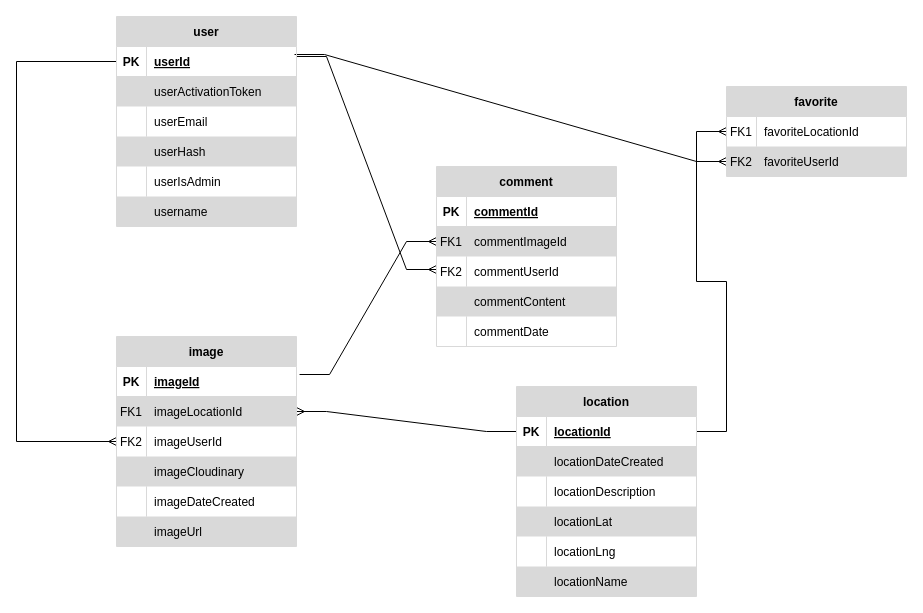
The draw.io diagram erd-model/Wildlife_ERD.drawio in Least-Valuable-Painters/ABQ-Wildlife, before the edit. Source tidied: cells renumbered, new cells numbered last; positions are measured from the earlier drawing's top-left corner, leaving out a move shared by most shapes. Both pictures are drawn from the tidied source at 100%, with x=0, y=0 at pixel (16, 16).
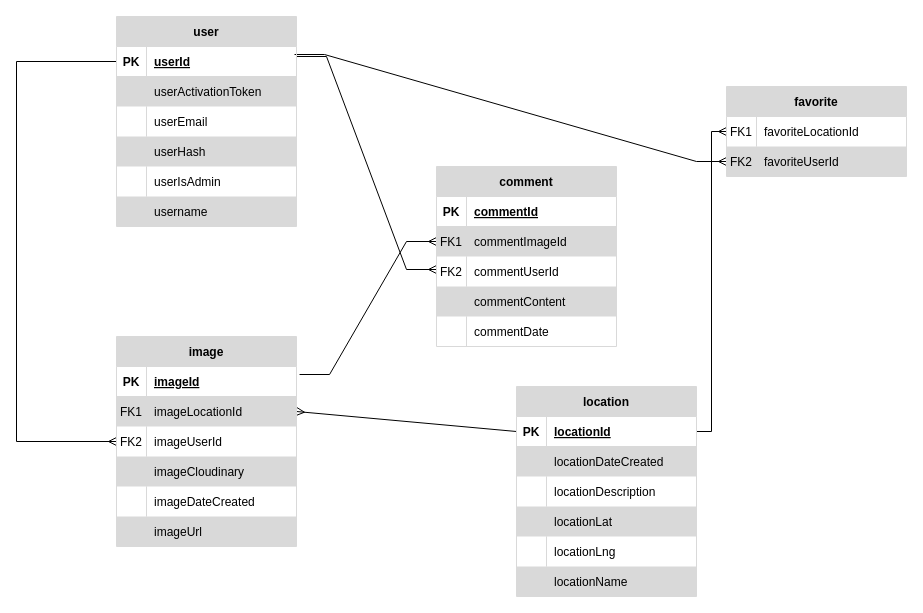
The same page after the edit.

The change refers to these unchanged cells:
```xml
<mxCell id="31" style="shape=tableRow;horizontal=0;startSize=0;swimlaneHead=0;swimlaneBody=0;fillColor=none;points=[[0,0.5],[1,0.5]];portConstraint=eastwest;top=0;left=0;right=0;bottom=0;strokeColor=#D9D9D9;" parent="27" vertex="1">
  <mxGeometry y="60" width="180" height="30" as="geometry" />
</mxCell>
<mxCell id="47" style="shape=tableRow;horizontal=0;startSize=0;swimlaneHead=0;swimlaneBody=0;fillColor=none;points=[[0,0.5],[1,0.5]];portConstraint=eastwest;top=0;left=0;right=0;bottom=1;strokeColor=#D9D9D9;" parent="46" vertex="1">
  <mxGeometry y="30" width="180" height="30" as="geometry" />
</mxCell>
```

Change to the diagram source:
```diff
@@
-    <mxCell id="5" style="edgeStyle=entityRelationEdgeStyle;fontSize=12;html=1;endArrow=ERmany;rounded=0;exitX=1;exitY=0.5;exitDx=0;exitDy=0;" parent="1" edge="1" source="47">
+    <mxCell id="5" style="edgeStyle=elbowEdgeStyle;fontSize=12;html=1;endArrow=ERmany;rounded=0;exitX=1;exitY=0.5;exitDx=0;exitDy=0;" parent="1" edge="1" source="47">
       <mxGeometry relative="1" as="geometry">
         <mxPoint x="710" y="115" as="targetPoint" />
       </mxGeometry>
     </mxCell>
@@
-    <mxCell id="7" style="edgeStyle=entityRelationEdgeStyle;fontSize=12;html=1;endArrow=ERmany;rounded=0;elbow=vertical;entryX=1;entryY=0.5;entryDx=0;entryDy=0;exitX=0;exitY=0.5;exitDx=0;exitDy=0;" parent="1" edge="1" source="47" target="31">
+    <mxCell id="7" style="fontSize=12;html=1;endArrow=ERmany;rounded=0;entryX=1;entryY=0.5;entryDx=0;entryDy=0;exitX=0;exitY=0.5;exitDx=0;exitDy=0;" parent="1" edge="1" source="47" target="31">
       <mxGeometry relative="1" as="geometry" />
     </mxCell>
```
